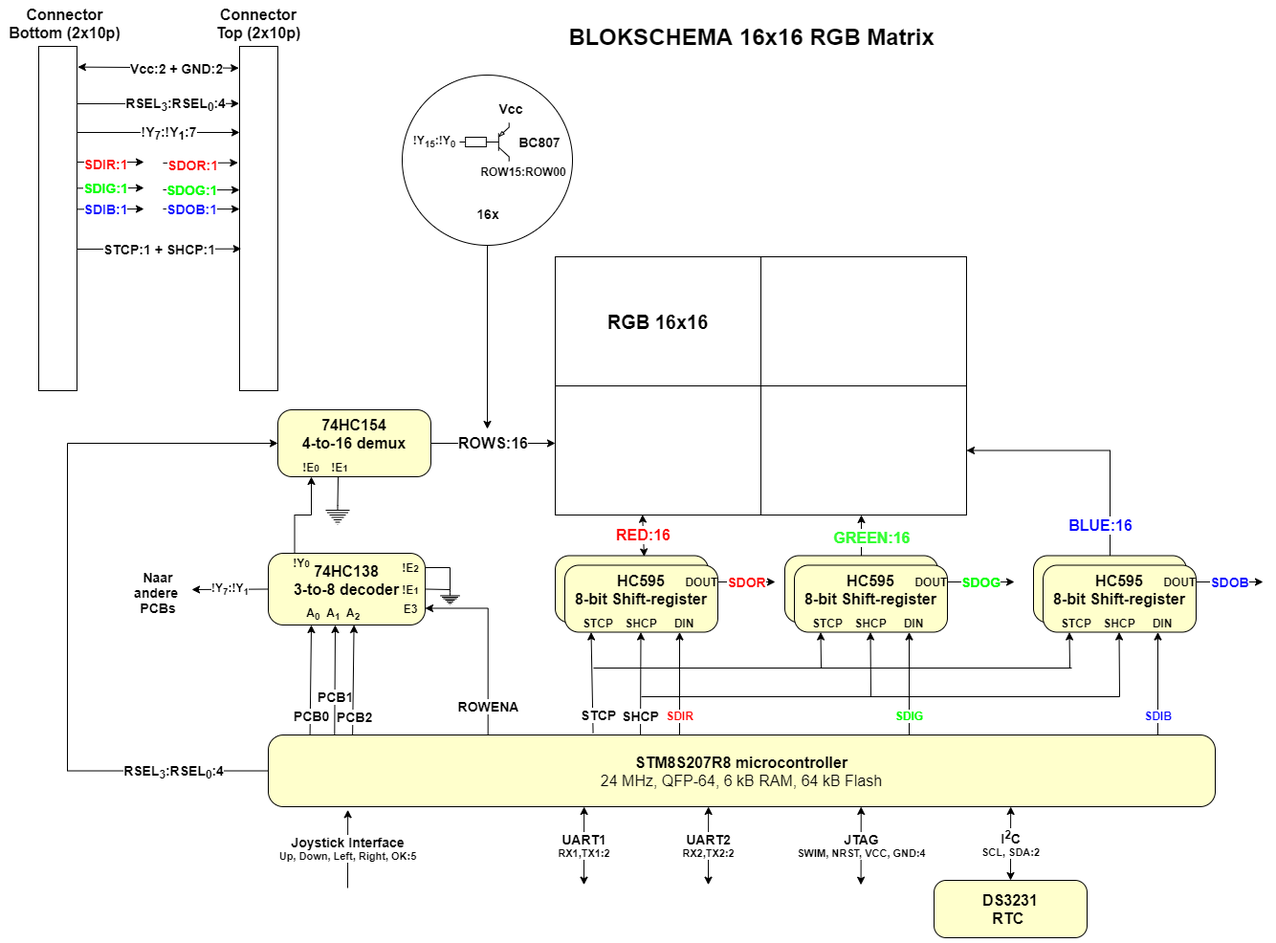
Emile666/RGB_Platform_STM82s07 keeps this draw.io diagram as img/Blokschema_RGB16x16.png. Above is the earlier version. Source tidied: cells renumbered, new cells last; positions are measured from the earlier drawing's top-left corner, leaving out a move shared by most shapes.
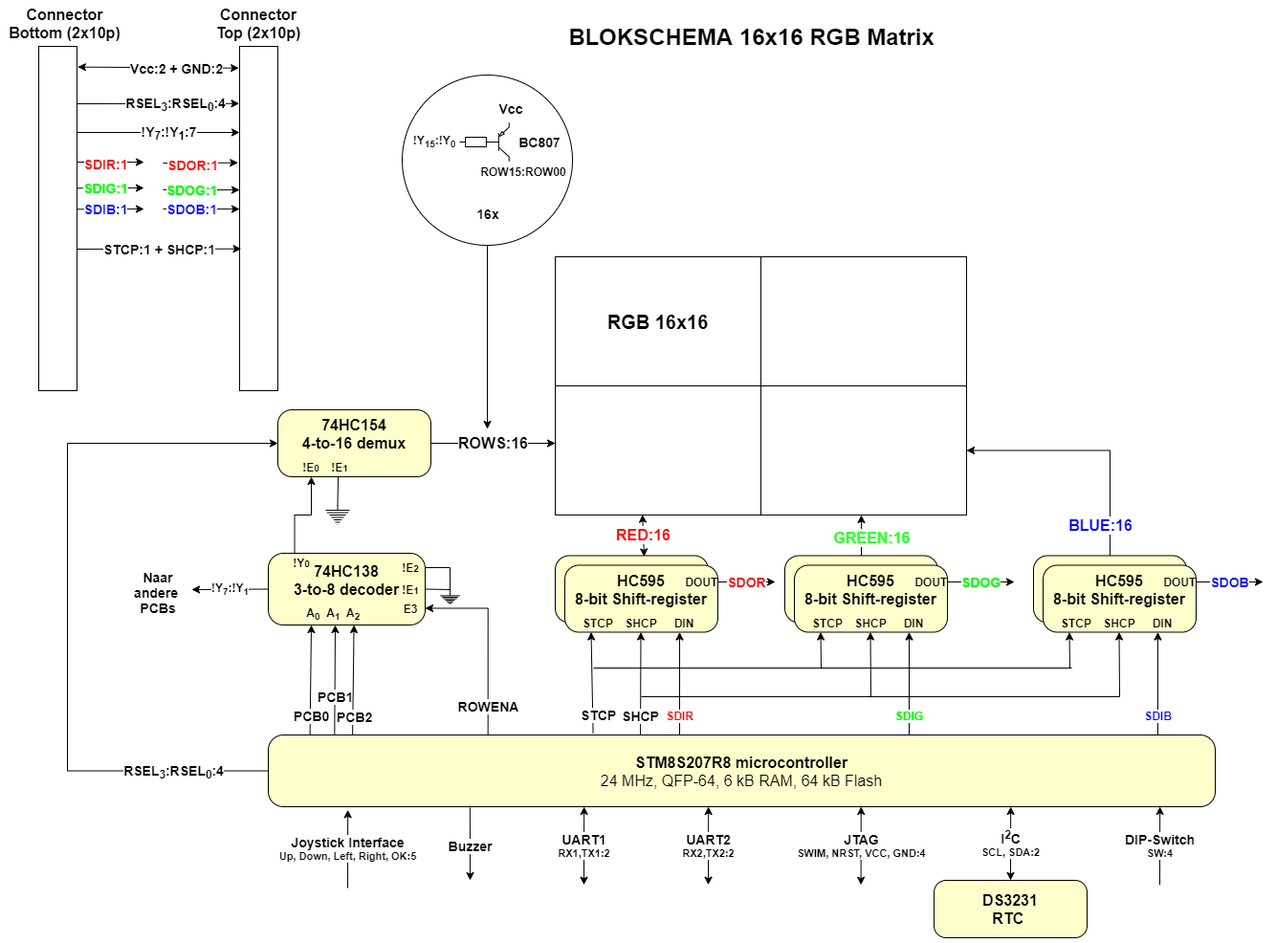
Later version of the same file.

Commit message:
Update Block-diagram

Change to the diagram source:
```diff
@@ -452,5 +452,16 @@
     <mxCell id="116" value="&lt;b&gt;DS3231&lt;br&gt;RTC&amp;nbsp;&lt;/b&gt;" style="html=1;whiteSpace=wrap;rounded=1;shadow=0;glass=0;sketch=0;fontSize=16;arcSize=21;fillColor=#FFFFCC;" parent="1" vertex="1">
       <mxGeometry x="971" y="912" width="160" height="60" as="geometry" />
     </mxCell>
+    <mxCell id="117" value="&lt;font style=&quot;font-size: 14px&quot;&gt;&lt;b&gt;Buzzer&lt;/b&gt;&lt;/font&gt;" style="endArrow=classic;html=1;rounded=0;exitX=0.213;exitY=1.013;exitDx=0;exitDy=0;exitPerimeter=0;" parent="1" edge="1" source="86">
+      <mxGeometry x="0.05" relative="1" as="geometry">
+        <mxPoint x="486" y="912" as="targetPoint" />
+      </mxGeometry>
+    </mxCell>
+    <mxCell id="118" value="&lt;span style=&quot;font-size: 14px&quot;&gt;&lt;b&gt;DIP-Switch&lt;br&gt;&lt;/b&gt;&lt;/span&gt;&lt;b&gt;SW:4&lt;/b&gt;" style="endArrow=classic;html=1;rounded=0;entryX=0.084;entryY=1.044;entryDx=0;entryDy=0;entryPerimeter=0;startArrow=none;startFill=0;endFill=1;" parent="1" edge="1">
+      <mxGeometry relative="1" as="geometry">
+        <mxPoint x="1207" y="916.7" as="sourcePoint" />
+        <mxPoint x="1207.2" y="835" as="targetPoint" />
+      </mxGeometry>
+    </mxCell>
   </root>
 </mxGraphModel>
```
